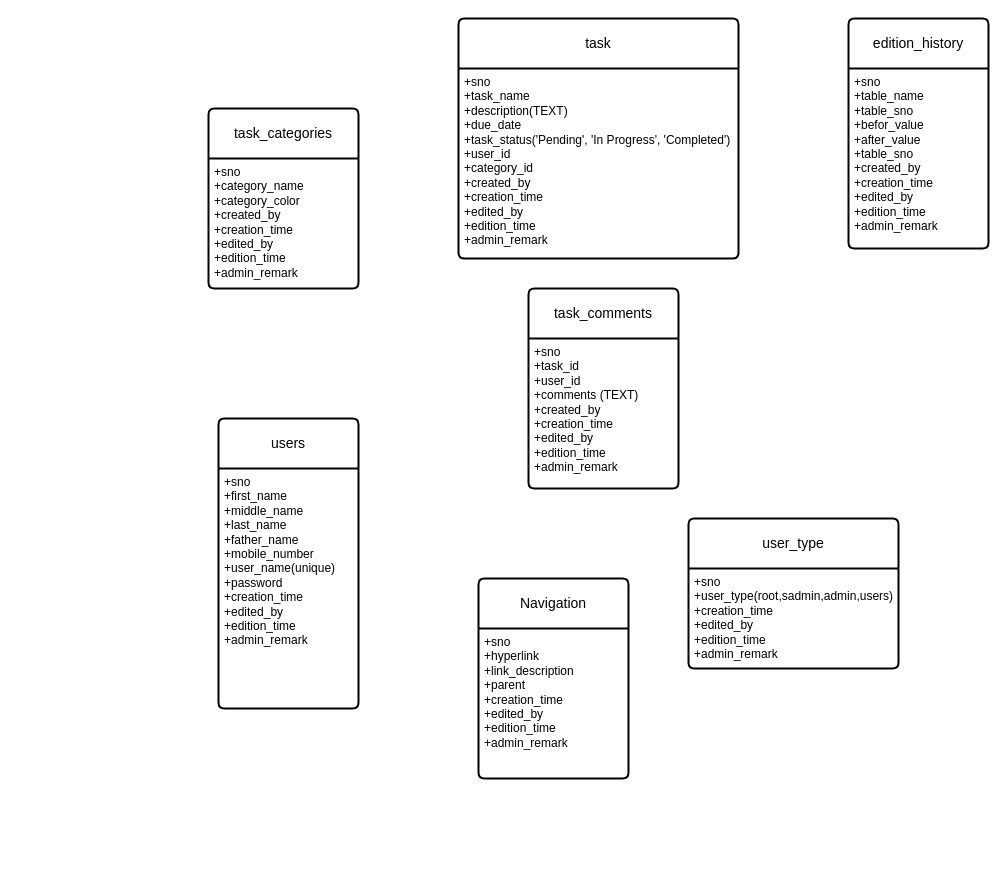
This is Untitled Diagram.drawio from shubhamc1947/codal-demo-site-, a draw.io file, before an edit. Source tidied: cells renumbered, new cells numbered last; positions are measured from the earlier drawing's top-left corner, leaving out a move shared by most shapes. Both pictures are drawn from the tidied source at 100%, with x=0, y=0 at pixel (208, 18).
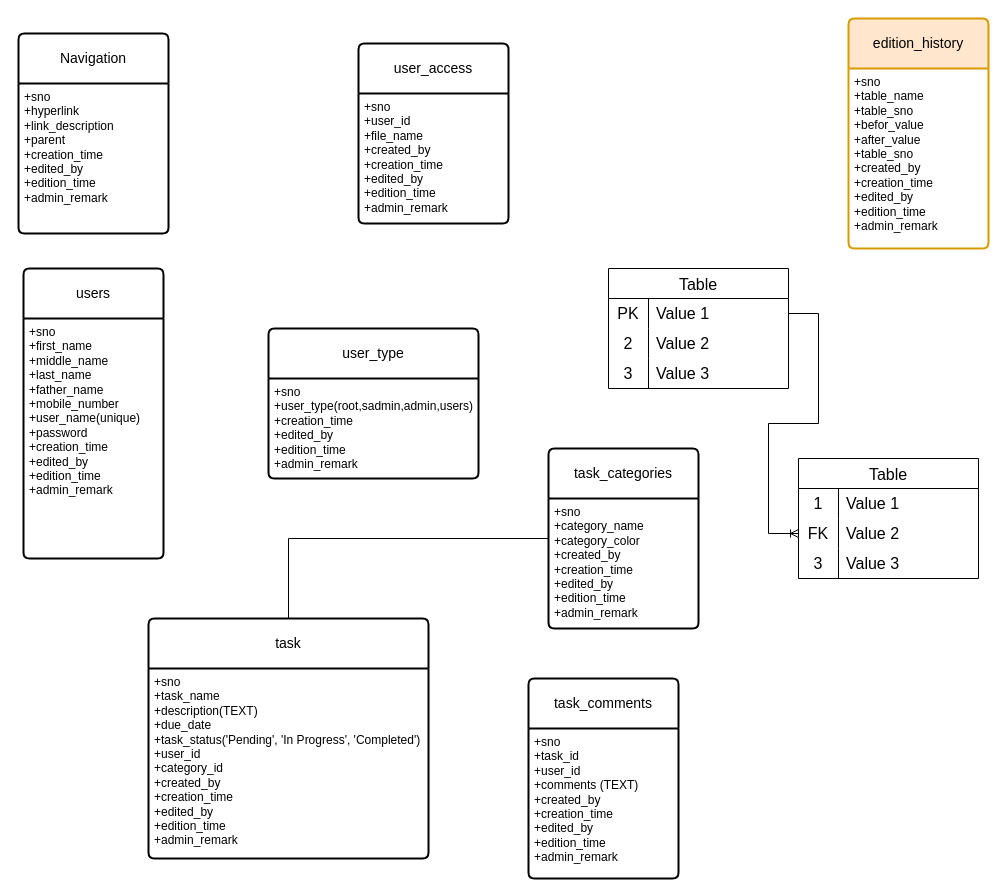
Above is the later version.

Unchanged cells that the change refers to:
```xml
<mxCell id="7" value="+sno&amp;nbsp;&lt;br&gt;+task_name&lt;br&gt;+description(TEXT)&lt;br&gt;+due_date&lt;br&gt;+task_status('Pending', 'In Progress', 'Completed')&lt;br&gt;+user_id&lt;br&gt;+category_id&lt;br&gt;+created_by&lt;br&gt;+creation_time&lt;br&gt;+edited_by&lt;br&gt;+edition_time&lt;br&gt;+admin_remark&lt;div&gt;&lt;br&gt;&lt;/div&gt;" style="align=left;strokeColor=none;fillColor=none;spacingLeft=4;fontSize=12;verticalAlign=top;html=1;" parent="6" vertex="1">
  <mxGeometry y="50" width="280" height="190" as="geometry" />
</mxCell>
```

Diff of the diagram source:
```diff
@@
+    <mxCell id="17" style="edgeStyle=orthogonalEdgeStyle;rounded=0;jettySize=auto;html=1;" parent="1" edge="1" source="2" target="7">
+      <mxGeometry relative="1" as="geometry" />
+    </mxCell>
     <mxCell id="2" value="task_categories " style="swimlane;horizontal=1;startSize=50;rounded=1;fontSize=14;fontStyle=0;strokeWidth=2;shadow=0;dashed=0;align=center;arcSize=4;whiteSpace=wrap;html=1;" parent="1" vertex="1">
-      <mxGeometry y="90" width="150" height="180" as="geometry" />
+      <mxGeometry x="340" y="430" width="150" height="180" as="geometry" />
     </mxCell>
@@
-    <mxCell id="4" value="edition_history" style="swimlane;horizontal=1;startSize=50;rounded=1;fontSize=14;fontStyle=0;strokeWidth=2;shadow=0;dashed=0;align=center;arcSize=4;whiteSpace=wrap;html=1;" parent="1" vertex="1">
+    <mxCell id="4" value="edition_history" style="swimlane;horizontal=1;startSize=50;rounded=1;fontSize=14;fontStyle=0;strokeWidth=2;shadow=0;dashed=0;align=center;arcSize=4;whiteSpace=wrap;html=1;fillColor=#ffe6cc;strokeColor=#d79b00;" parent="1" vertex="1">
       <mxGeometry x="640" width="140" height="230" as="geometry" />
     </mxCell>
@@
     <mxCell id="6" value="task" style="swimlane;horizontal=1;startSize=50;rounded=1;fontSize=14;fontStyle=0;strokeWidth=2;shadow=0;dashed=0;align=center;arcSize=4;whiteSpace=wrap;html=1;" parent="1" vertex="1">
-      <mxGeometry x="250" width="280" height="240" as="geometry" />
+      <mxGeometry x="-60" y="600" width="280" height="240" as="geometry" />
     </mxCell>
@@
     <mxCell id="8" value="task_comments" style="swimlane;horizontal=1;startSize=50;rounded=1;fontSize=14;fontStyle=0;strokeWidth=2;shadow=0;dashed=0;align=center;arcSize=4;whiteSpace=wrap;html=1;" parent="1" vertex="1">
-      <mxGeometry x="320" y="270" width="150" height="200" as="geometry" />
+      <mxGeometry x="320" y="660" width="150" height="200" as="geometry" />
     </mxCell>
@@
     <mxCell id="10" value="users" style="swimlane;horizontal=1;startSize=50;rounded=1;fontSize=14;fontStyle=0;strokeWidth=2;shadow=0;dashed=0;align=center;arcSize=4;whiteSpace=wrap;html=1;" parent="1" vertex="1">
-      <mxGeometry x="10" y="400" width="140" height="290" as="geometry" />
+      <mxGeometry x="-185" y="250" width="140" height="290" as="geometry" />
     </mxCell>
@@
     <mxCell id="13" value="Navigation" style="swimlane;horizontal=1;startSize=50;rounded=1;fontSize=14;fontStyle=0;strokeWidth=2;shadow=0;dashed=0;align=center;arcSize=4;whiteSpace=wrap;html=1;" parent="1" vertex="1">
-      <mxGeometry x="270" y="560" width="150" height="200" as="geometry" />
+      <mxGeometry x="-190" y="15" width="150" height="200" as="geometry" />
     </mxCell>
@@
     <mxCell id="15" value="user_type" style="swimlane;horizontal=1;startSize=50;rounded=1;fontSize=14;fontStyle=0;strokeWidth=2;shadow=0;dashed=0;align=center;arcSize=4;whiteSpace=wrap;html=1;" parent="1" vertex="1">
-      <mxGeometry x="480" y="500" width="210" height="150" as="geometry" />
+      <mxGeometry x="60" y="310" width="210" height="150" as="geometry" />
     </mxCell>
@@
+    <mxCell id="18" value="user_access" style="swimlane;horizontal=1;startSize=50;rounded=1;fontSize=14;fontStyle=0;strokeWidth=2;shadow=0;dashed=0;align=center;arcSize=4;whiteSpace=wrap;html=1;" parent="1" vertex="1">
+      <mxGeometry x="150" y="25" width="150" height="180" as="geometry" />
+    </mxCell>
+    <mxCell id="19" value="+sno&lt;br&gt;+user_id&lt;br&gt;+file_name&lt;br&gt;+created_by&lt;br&gt;+creation_time&lt;br style=&quot;border-color: var(--border-color);&quot;&gt;+edited_by&lt;br style=&quot;border-color: var(--border-color);&quot;&gt;+edition_time&lt;br style=&quot;border-color: var(--border-color);&quot;&gt;+admin_remark&lt;br&gt;&lt;div&gt;&lt;br&gt;&lt;/div&gt;" style="align=left;strokeColor=none;fillColor=none;spacingLeft=4;fontSize=12;verticalAlign=top;html=1;" parent="18" vertex="1">
+      <mxGeometry y="50" width="150" height="130" as="geometry" />
+    </mxCell>
+    <mxCell id="20" value="Table" style="shape=table;startSize=30;childLayout=tableLayout;rowLines=0;fontStyle=0;strokeColor=default;fontSize=16;" parent="1" vertex="1">
+      <mxGeometry x="400" y="250" width="180" height="120" as="geometry" />
+    </mxCell>
+    <mxCell id="21" style="shape=tableRow;horizontal=0;startSize=0;swimlaneHead=0;swimlaneBody=0;top=0;left=0;bottom=0;right=0;fillColor=none;points=[[0,0.5],[1,0.5]];portConstraint=eastwest;strokeColor=inherit;fontSize=16;" parent="20" vertex="1">
+      <mxGeometry y="30" width="180" height="30" as="geometry" />
+    </mxCell>
+    <mxCell id="22" value="PK" style="shape=partialRectangle;html=1;whiteSpace=wrap;fillColor=none;top=0;left=0;bottom=0;right=0;overflow=hidden;strokeColor=inherit;fontSize=16;" parent="21" vertex="1">
+      <mxGeometry width="40" height="30" as="geometry" />
+    </mxCell>
+    <mxCell id="23" value="Value 1" style="shape=partialRectangle;html=1;whiteSpace=wrap;fillColor=none;top=0;left=0;bottom=0;right=0;align=left;spacingLeft=6;overflow=hidden;strokeColor=inherit;fontSize=16;" parent="21" vertex="1">
+      <mxGeometry x="40" width="140" height="30" as="geometry" />
+    </mxCell>
+    <mxCell id="24" style="shape=tableRow;horizontal=0;startSize=0;swimlaneHead=0;swimlaneBody=0;top=0;left=0;bottom=0;right=0;fillColor=none;strokeColor=inherit;fontSize=16;" parent="20" vertex="1">
+      <mxGeometry y="60" width="180" height="30" as="geometry" />
+    </mxCell>
+    <mxCell id="25" value="2" style="shape=partialRectangle;html=1;whiteSpace=wrap;fillColor=none;top=0;left=0;bottom=0;right=0;overflow=hidden;strokeColor=inherit;fontSize=16;" parent="24" vertex="1">
+      <mxGeometry width="40" height="30" as="geometry" />
+    </mxCell>
+    <mxCell id="26" value="Value 2" style="shape=partialRectangle;html=1;whiteSpace=wrap;fillColor=none;top=0;left=0;bottom=0;right=0;align=left;spacingLeft=6;overflow=hidden;strokeColor=inherit;fontSize=16;" parent="24" vertex="1">
+      <mxGeometry x="40" width="140" height="30" as="geometry" />
+    </mxCell>
+    <mxCell id="27" style="shape=tableRow;horizontal=0;startSize=0;swimlaneHead=0;swimlaneBody=0;top=0;left=0;bottom=0;right=0;fillColor=none;strokeColor=inherit;fontSize=16;" parent="20" vertex="1">
+      <mxGeometry y="90" width="180" height="30" as="geometry" />
+    </mxCell>
+    <mxCell id="28" value="3" style="shape=partialRectangle;html=1;whiteSpace=wrap;fillColor=none;top=0;left=0;bottom=0;right=0;overflow=hidden;strokeColor=inherit;fontSize=16;" parent="27" vertex="1">
+      <mxGeometry width="40" height="30" as="geometry" />
+    </mxCell>
+    <mxCell id="29" value="Value 3" style="shape=partialRectangle;html=1;whiteSpace=wrap;fillColor=none;top=0;left=0;bottom=0;right=0;align=left;spacingLeft=6;overflow=hidden;strokeColor=inherit;fontSize=16;" parent="27" vertex="1">
+      <mxGeometry x="40" width="140" height="30" as="geometry" />
+    </mxCell>
+    <mxCell id="30" value="Table" style="shape=table;startSize=30;childLayout=tableLayout;rowLines=0;fontStyle=0;strokeColor=default;fontSize=16;" parent="1" vertex="1">
+      <mxGeometry x="590" y="440" width="180" height="120" as="geometry" />
+    </mxCell>
+    <mxCell id="31" style="shape=tableRow;horizontal=0;startSize=0;swimlaneHead=0;swimlaneBody=0;top=0;left=0;bottom=0;right=0;fillColor=none;strokeColor=inherit;fontSize=16;" parent="30" vertex="1">
+      <mxGeometry y="30" width="180" height="30" as="geometry" />
+    </mxCell>
+    <mxCell id="32" value="1" style="shape=partialRectangle;html=1;whiteSpace=wrap;fillColor=none;top=0;left=0;bottom=0;right=0;overflow=hidden;strokeColor=inherit;fontSize=16;" parent="31" vertex="1">
+      <mxGeometry width="40" height="30" as="geometry" />
+    </mxCell>
+    <mxCell id="33" value="Value 1" style="shape=partialRectangle;html=1;whiteSpace=wrap;fillColor=none;top=0;left=0;bottom=0;right=0;align=left;spacingLeft=6;overflow=hidden;strokeColor=inherit;fontSize=16;" parent="31" vertex="1">
+      <mxGeometry x="40" width="140" height="30" as="geometry" />
+    </mxCell>
+    <mxCell id="34" style="shape=tableRow;horizontal=0;startSize=0;swimlaneHead=0;swimlaneBody=0;top=0;left=0;bottom=0;right=0;fillColor=none;points=[[0,0.5],[1,0.5]];portConstraint=eastwest;strokeColor=inherit;fontSize=16;" parent="30" vertex="1">
+      <mxGeometry y="60" width="180" height="30" as="geometry" />
+    </mxCell>
+    <mxCell id="35" value="FK" style="shape=partialRectangle;html=1;whiteSpace=wrap;fillColor=none;top=0;left=0;bottom=0;right=0;overflow=hidden;strokeColor=inherit;fontSize=16;" parent="34" vertex="1">
+      <mxGeometry width="40" height="30" as="geometry" />
+    </mxCell>
+    <mxCell id="36" value="Value 2" style="shape=partialRectangle;html=1;whiteSpace=wrap;fillColor=none;top=0;left=0;bottom=0;right=0;align=left;spacingLeft=6;overflow=hidden;strokeColor=inherit;fontSize=16;" parent="34" vertex="1">
+      <mxGeometry x="40" width="140" height="30" as="geometry" />
+    </mxCell>
+    <mxCell id="37" style="shape=tableRow;horizontal=0;startSize=0;swimlaneHead=0;swimlaneBody=0;top=0;left=0;bottom=0;right=0;fillColor=none;strokeColor=inherit;fontSize=16;" parent="30" vertex="1">
+      <mxGeometry y="90" width="180" height="30" as="geometry" />
+    </mxCell>
+    <mxCell id="38" value="3" style="shape=partialRectangle;html=1;whiteSpace=wrap;fillColor=none;top=0;left=0;bottom=0;right=0;overflow=hidden;strokeColor=inherit;fontSize=16;" parent="37" vertex="1">
+      <mxGeometry width="40" height="30" as="geometry" />
+    </mxCell>
+    <mxCell id="39" value="Value 3" style="shape=partialRectangle;html=1;whiteSpace=wrap;fillColor=none;top=0;left=0;bottom=0;right=0;align=left;spacingLeft=6;overflow=hidden;strokeColor=inherit;fontSize=16;" parent="37" vertex="1">
+      <mxGeometry x="40" width="140" height="30" as="geometry" />
+    </mxCell>
+    <mxCell id="40" style="edgeStyle=entityRelationEdgeStyle;fontSize=12;html=1;endArrow=ERoneToMany;rounded=0;" parent="1" edge="1" source="21" target="34">
+      <mxGeometry relative="1" as="geometry" />
+    </mxCell>
```
